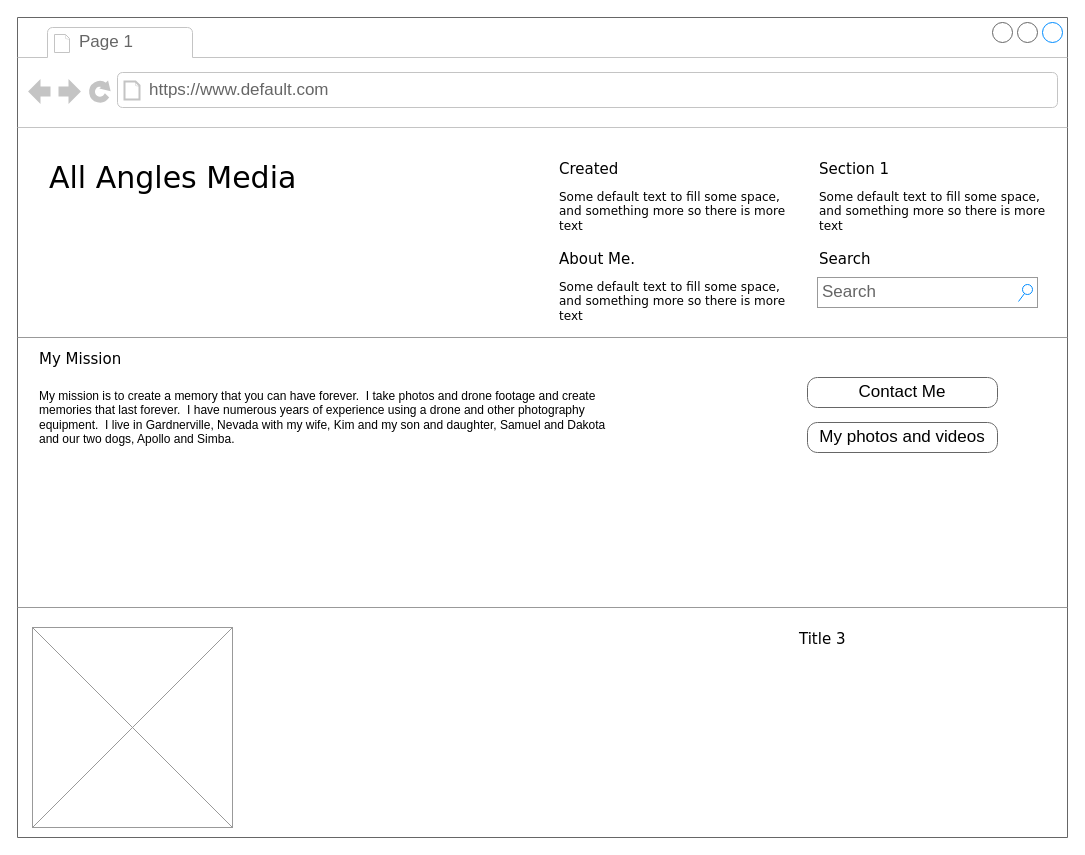
This is Untitled Diagram.drawio from Kimmytee/index.html, a draw.io file, before an edit. Source tidied: cells renumbered, new cells numbered last; positions are measured from the earlier drawing's top-left corner, leaving out a move shared by most shapes. Both pictures are drawn from the tidied source at 100%, with x=0, y=0 at pixel (17, 17).
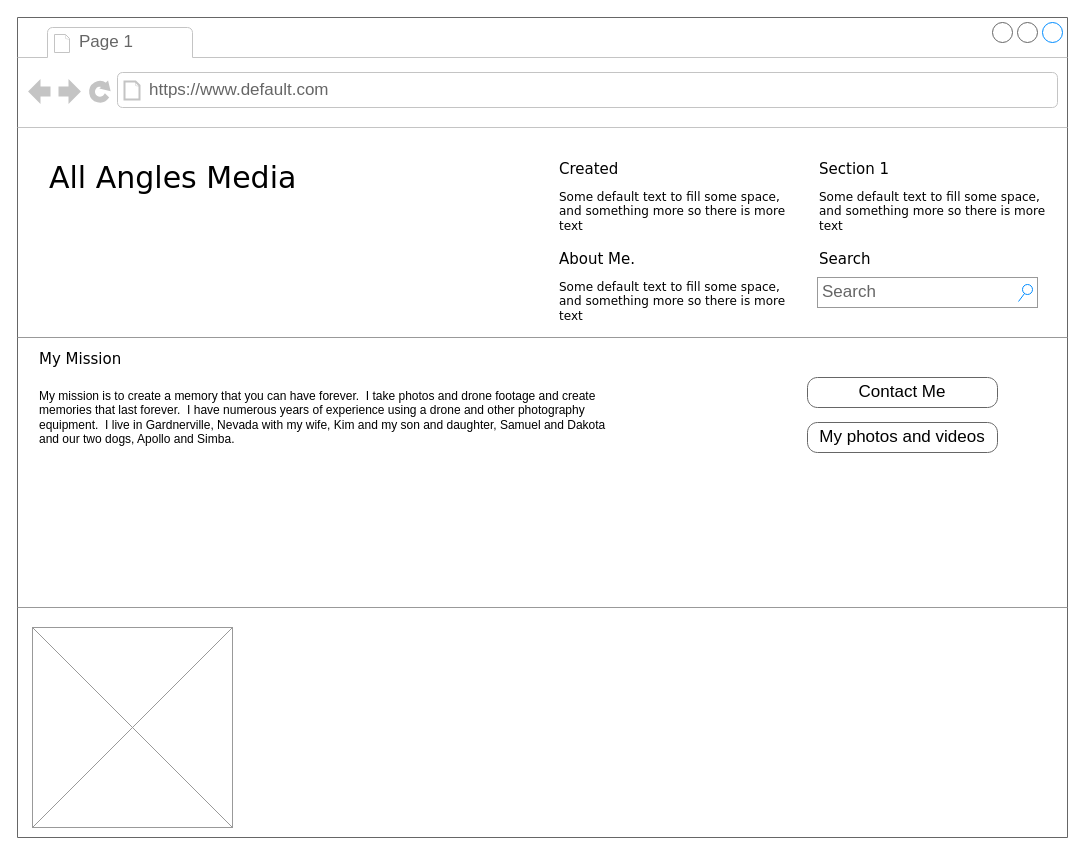
After the change.

The change refers to these unchanged cells:
```xml
<mxCell id="2" style="strokeWidth=1;shadow=0;dashed=0;align=center;html=1;shape=mxgraph.mockup.containers.browserWindow;rSize=0;strokeColor=#666666;mainText=,;rounded=0;labelBackgroundColor=none;fontFamily=Verdana;fontSize=12;" parent="1" vertex="1">
  <mxGeometry width="1050" height="820" as="geometry" />
</mxCell>
```

What changed in the source:
```diff
@@
-    <mxCell id="21" value="Title 3" style="text;html=1;align=left;verticalAlign=top;spacingTop=-4;fontSize=15;fontFamily=Verdana;" parent="2" vertex="1">
-      <mxGeometry x="780" y="610" width="170" height="30" as="geometry" />
-    </mxCell>
```
